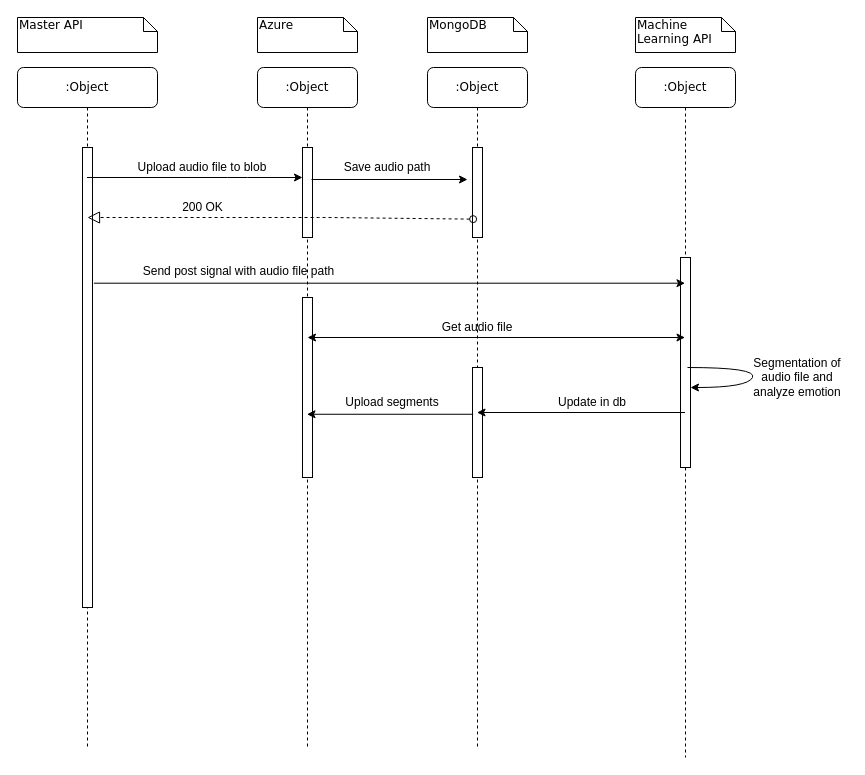
This is Sequence Diagram.drawio from Defaultse/SERS, a draw.io file, before an edit. Source tidied: cells renumbered, new cells numbered last; positions are measured from the earlier drawing's top-left corner, leaving out a move shared by most shapes. Both pictures are drawn from the tidied source at 100%, with x=0, y=0 at pixel (17, 17).
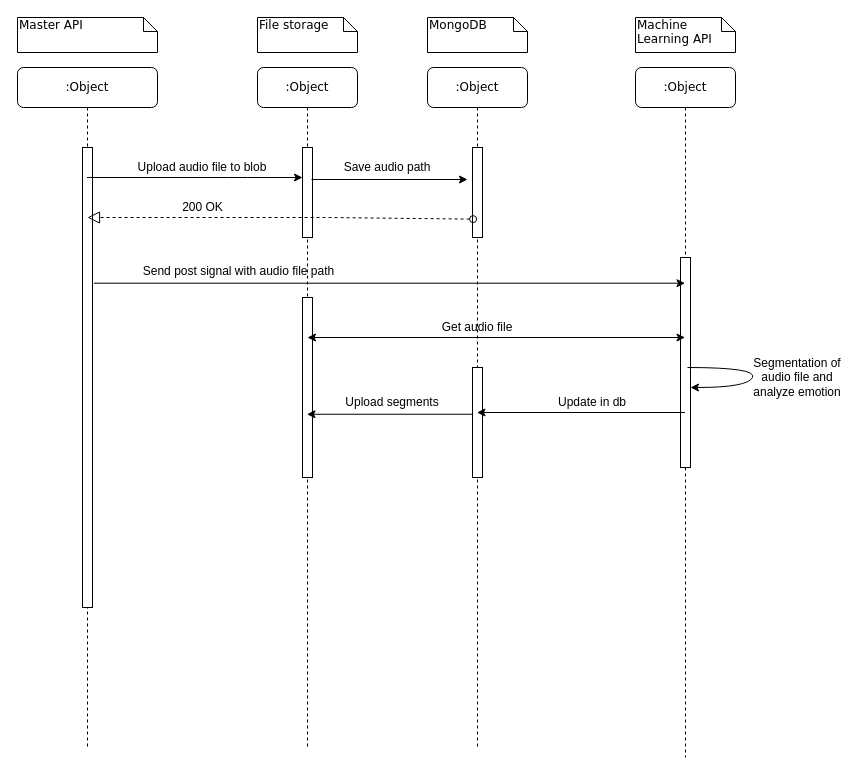
The same page after the edit.

What changed in the source:
```diff
@@
-    <mxCell id="8" value="Azure" style="shape=note;whiteSpace=wrap;html=1;size=14;verticalAlign=top;align=left;spacingTop=-6;rounded=0;shadow=0;comic=0;labelBackgroundColor=none;strokeWidth=1;fontFamily=Verdana;fontSize=12;" parent="1" vertex="1">
+    <mxCell id="8" value="File storage" style="shape=note;whiteSpace=wrap;html=1;size=14;verticalAlign=top;align=left;spacingTop=-6;rounded=0;shadow=0;comic=0;labelBackgroundColor=none;strokeWidth=1;fontFamily=Verdana;fontSize=12;" parent="1" vertex="1">
       <mxGeometry x="240" width="100" height="35" as="geometry" />
     </mxCell>
```
